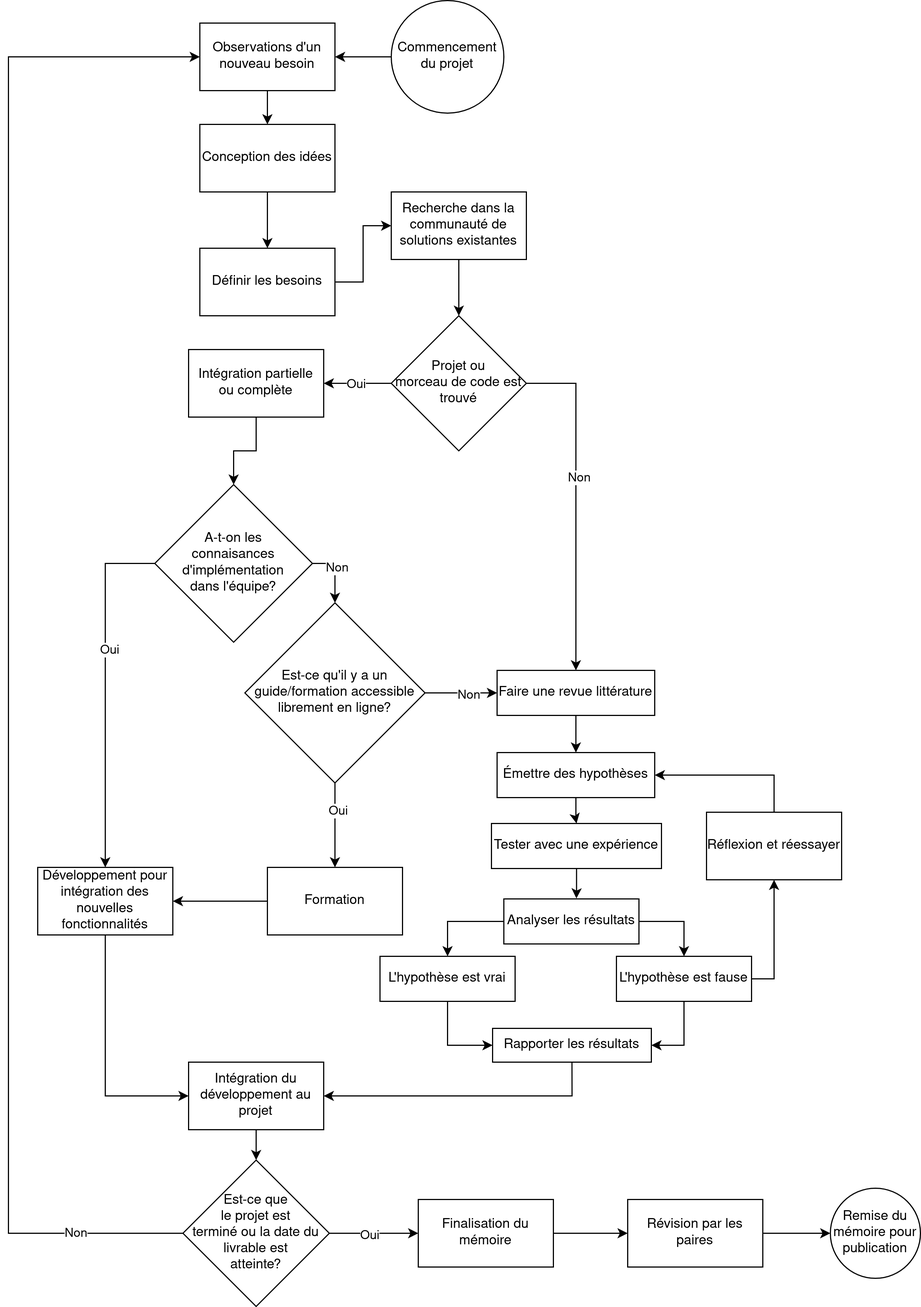
Earlier version of the draw.io export diagramme/methodologie_scientifique.drawio.png (mathben/memoire_generateur_code_2023). Source tidied: cells renumbered, new cells last; positions are measured from the earlier drawing's top-left corner, leaving out a move shared by most shapes.
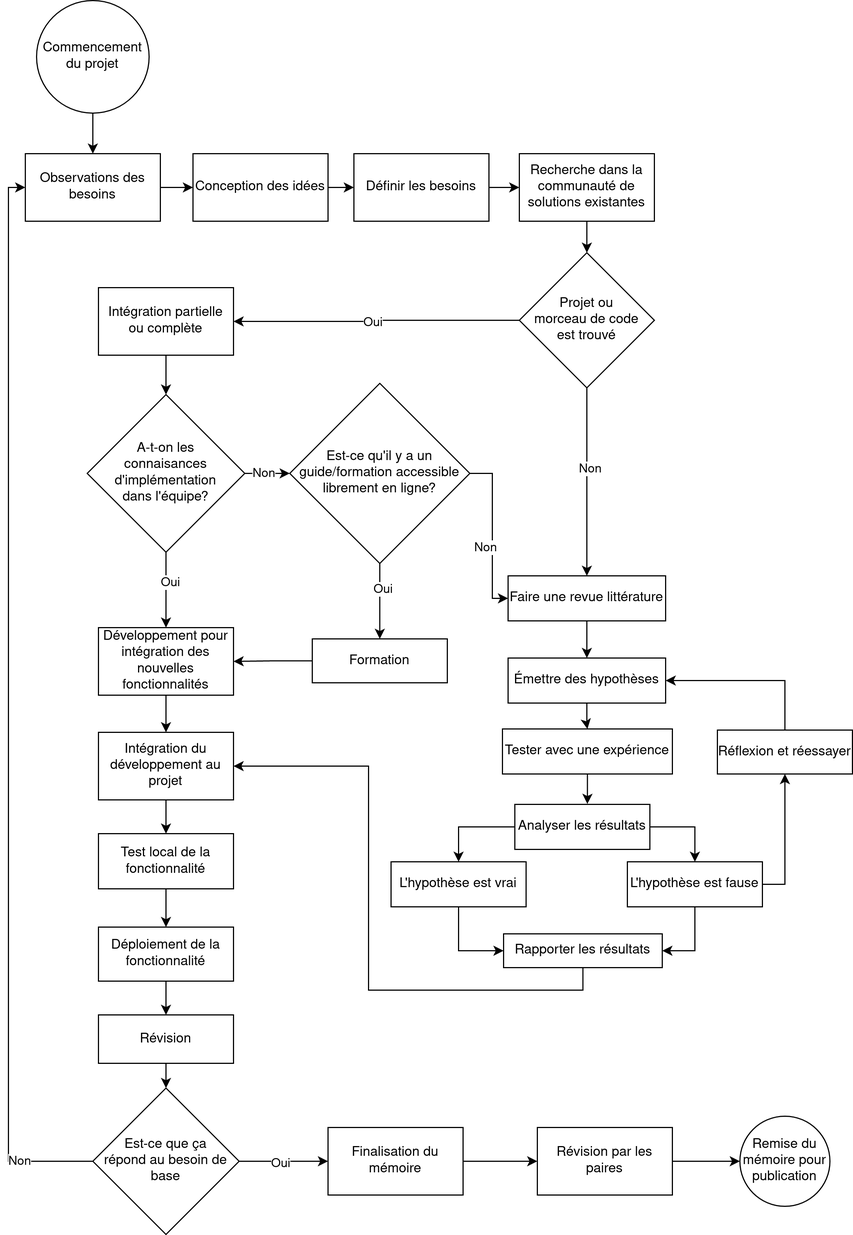
The same diagram one commit later.

Commit message:
[UPD] diagramme: methodologie scientifique v3

Diff of the diagram source:
```diff
@@ -6,19 +6,19 @@
       <mxGeometry relative="1" as="geometry" />
     </mxCell>
     <mxCell id="3" value="Faire une revue littérature" style="rounded=0;whiteSpace=wrap;html=1;" parent="1" vertex="1">
-      <mxGeometry x="434" y="595" width="140" height="40" as="geometry" />
+      <mxGeometry x="524" y="535" width="140" height="40" as="geometry" />
     </mxCell>
     <mxCell id="4" style="edgeStyle=orthogonalEdgeStyle;rounded=0;jettySize=auto;html=1;" parent="1" edge="1" source="5" target="7">
       <mxGeometry relative="1" as="geometry" />
     </mxCell>
     <mxCell id="5" value="Émettre des hypothèses" style="rounded=0;whiteSpace=wrap;html=1;" parent="1" vertex="1">
-      <mxGeometry x="434" y="668" width="140" height="40" as="geometry" />
+      <mxGeometry x="524" y="608" width="140" height="40" as="geometry" />
     </mxCell>
     <mxCell id="6" style="edgeStyle=orthogonalEdgeStyle;rounded=0;jettySize=auto;html=1;entryX=0.537;entryY=-0.01;entryDx=0;entryDy=0;entryPerimeter=0;" parent="1" edge="1" source="7" target="10">
       <mxGeometry relative="1" as="geometry" />
     </mxCell>
     <mxCell id="7" value="Tester avec une expérience" style="rounded=0;whiteSpace=wrap;html=1;" parent="1" vertex="1">
-      <mxGeometry x="429" y="731" width="151" height="40" as="geometry" />
+      <mxGeometry x="519" y="671" width="151" height="40" as="geometry" />
     </mxCell>
     <mxCell id="8" style="edgeStyle=orthogonalEdgeStyle;rounded=0;jettySize=auto;html=1;entryX=0.5;entryY=0;entryDx=0;entryDy=0;exitX=0;exitY=0.5;exitDx=0;exitDy=0;" parent="1" edge="1" source="10" target="12">
       <mxGeometry relative="1" as="geometry" />
@@ -27,13 +27,13 @@
       <mxGeometry relative="1" as="geometry" />
     </mxCell>
     <mxCell id="10" value="Analyser les résultats" style="rounded=0;whiteSpace=wrap;html=1;" parent="1" vertex="1">
-      <mxGeometry x="440" y="798" width="120" height="40" as="geometry" />
+      <mxGeometry x="530" y="738" width="120" height="40" as="geometry" />
     </mxCell>
     <mxCell id="11" style="edgeStyle=orthogonalEdgeStyle;rounded=0;jettySize=auto;html=1;entryX=0;entryY=0.5;entryDx=0;entryDy=0;" parent="1" edge="1" source="12" target="17">
       <mxGeometry relative="1" as="geometry" />
     </mxCell>
     <mxCell id="12" value="L'hypothèse est vrai" style="rounded=0;whiteSpace=wrap;html=1;" parent="1" vertex="1">
-      <mxGeometry x="330" y="849" width="120" height="40" as="geometry" />
+      <mxGeometry x="420" y="789" width="120" height="40" as="geometry" />
     </mxCell>
     <mxCell id="13" style="edgeStyle=orthogonalEdgeStyle;rounded=0;jettySize=auto;html=1;entryX=1;entryY=0.5;entryDx=0;entryDy=0;" parent="1" edge="1" source="15" target="17">
       <mxGeometry relative="1" as="geometry" />
@@ -42,64 +42,64 @@
       <mxGeometry relative="1" as="geometry" />
     </mxCell>
     <mxCell id="15" value="L'hypothèse est fause" style="rounded=0;whiteSpace=wrap;html=1;" parent="1" vertex="1">
-      <mxGeometry x="540" y="849" width="120" height="40" as="geometry" />
+      <mxGeometry x="630" y="789" width="120" height="40" as="geometry" />
     </mxCell>
     <mxCell id="16" style="edgeStyle=orthogonalEdgeStyle;rounded=0;jettySize=auto;html=1;entryX=1;entryY=0.5;entryDx=0;entryDy=0;exitX=0.5;exitY=1;exitDx=0;exitDy=0;" parent="1" edge="1" source="17" target="43">
       <mxGeometry relative="1" as="geometry" />
     </mxCell>
     <mxCell id="17" value="Rapporter les résultats" style="rounded=0;whiteSpace=wrap;html=1;" parent="1" vertex="1">
-      <mxGeometry x="430" y="913" width="141" height="30" as="geometry" />
+      <mxGeometry x="520" y="853" width="141" height="30" as="geometry" />
     </mxCell>
     <mxCell id="18" style="edgeStyle=orthogonalEdgeStyle;rounded=0;jettySize=auto;html=1;entryX=1;entryY=0.5;entryDx=0;entryDy=0;exitX=0.5;exitY=0;exitDx=0;exitDy=0;" parent="1" edge="1" source="19" target="5">
       <mxGeometry relative="1" as="geometry" />
     </mxCell>
     <mxCell id="19" value="Réflexion et réessayer" style="rounded=0;whiteSpace=wrap;html=1;" parent="1" vertex="1">
-      <mxGeometry x="620" y="721" width="120" height="60" as="geometry" />
+      <mxGeometry x="710" y="672" width="120" height="39" as="geometry" />
     </mxCell>
     <mxCell id="20" style="edgeStyle=orthogonalEdgeStyle;rounded=0;jettySize=auto;html=1;entryX=0;entryY=0.5;entryDx=0;entryDy=0;" parent="1" edge="1" source="21" target="25">
       <mxGeometry relative="1" as="geometry" />
     </mxCell>
     <mxCell id="21" value="Définir les besoins" style="rounded=0;whiteSpace=wrap;html=1;" parent="1" vertex="1">
-      <mxGeometry x="170" y="220" width="120" height="60" as="geometry" />
+      <mxGeometry x="387" y="160" width="120" height="60" as="geometry" />
     </mxCell>
-    <mxCell id="22" style="edgeStyle=orthogonalEdgeStyle;rounded=0;jettySize=auto;html=1;entryX=0;entryY=0.5;entryDx=0;entryDy=0;exitX=0.5;exitY=1;exitDx=0;exitDy=0;" parent="1" edge="1" source="23" target="43">
+    <mxCell id="22" style="edgeStyle=orthogonalEdgeStyle;rounded=0;jettySize=auto;html=1;entryX=0.5;entryY=0;entryDx=0;entryDy=0;exitX=0.5;exitY=1;exitDx=0;exitDy=0;" parent="1" edge="1" source="23" target="43">
       <mxGeometry relative="1" as="geometry" />
     </mxCell>
     <mxCell id="23" value="Développement pour intégration des nouvelles fonctionnalités" style="rounded=0;whiteSpace=wrap;html=1;" parent="1" vertex="1">
-      <mxGeometry x="26" y="770" width="120" height="60" as="geometry" />
+      <mxGeometry x="160" y="581" width="120" height="60" as="geometry" />
     </mxCell>
     <mxCell id="24" style="edgeStyle=orthogonalEdgeStyle;rounded=0;jettySize=auto;html=1;entryX=0.5;entryY=0;entryDx=0;entryDy=0;" parent="1" edge="1" source="25" target="39">
       <mxGeometry relative="1" as="geometry" />
     </mxCell>
     <mxCell id="25" value="Recherche dans la communauté de solutions existantes" style="rounded=0;whiteSpace=wrap;html=1;" parent="1" vertex="1">
-      <mxGeometry x="340" y="170" width="120" height="60" as="geometry" />
+      <mxGeometry x="534" y="160" width="120" height="60" as="geometry" />
     </mxCell>
-    <mxCell id="26" style="edgeStyle=orthogonalEdgeStyle;rounded=0;jettySize=auto;html=1;entryX=0.5;entryY=0;entryDx=0;entryDy=0;exitX=0;exitY=0.5;exitDx=0;exitDy=0;" parent="1" edge="1" source="30" target="23">
+    <mxCell id="26" style="edgeStyle=orthogonalEdgeStyle;rounded=0;jettySize=auto;html=1;entryX=0.5;entryY=0;entryDx=0;entryDy=0;exitX=0.5;exitY=1;exitDx=0;exitDy=0;" parent="1" edge="1" source="30" target="23">
       <mxGeometry relative="1" as="geometry" />
     </mxCell>
     <mxCell id="27" value="Oui" style="edgeLabel;html=1;align=center;verticalAlign=middle;" parent="26" vertex="1">
       <mxGeometry x="-0.24" y="3" relative="1" as="geometry" />
     </mxCell>
-    <mxCell id="28" style="edgeStyle=orthogonalEdgeStyle;rounded=0;jettySize=auto;html=1;entryX=0.5;entryY=0;entryDx=0;entryDy=0;exitX=1;exitY=0.5;exitDx=0;exitDy=0;" parent="1" edge="1" source="30" target="59">
+    <mxCell id="28" style="edgeStyle=orthogonalEdgeStyle;rounded=0;jettySize=auto;html=1;entryX=0;entryY=0.5;entryDx=0;entryDy=0;exitX=1;exitY=0.5;exitDx=0;exitDy=0;" parent="1" edge="1" source="30" target="59">
       <mxGeometry relative="1" as="geometry" />
     </mxCell>
     <mxCell id="29" value="Non" style="edgeLabel;html=1;align=center;verticalAlign=middle;" parent="28" vertex="1">
       <mxGeometry x="-0.18" y="1" relative="1" as="geometry" />
     </mxCell>
     <mxCell id="30" value="&lt;div&gt;A-t-on les &lt;br&gt;&lt;/div&gt;&lt;div&gt;connaisances d'implémentation &lt;br&gt;&lt;/div&gt;&lt;div&gt;dans l'équipe?&lt;/div&gt;" style="rhombus;whiteSpace=wrap;html=1;" parent="1" vertex="1">
-      <mxGeometry x="130" y="430" width="140" height="140" as="geometry" />
+      <mxGeometry x="150" y="374" width="140" height="140" as="geometry" />
     </mxCell>
     <mxCell id="31" style="edgeStyle=orthogonalEdgeStyle;rounded=0;jettySize=auto;html=1;" parent="1" edge="1" source="32" target="34">
       <mxGeometry relative="1" as="geometry" />
     </mxCell>
-    <mxCell id="32" value="Observations d'un nouveau besoin" style="rounded=0;whiteSpace=wrap;html=1;" parent="1" vertex="1">
-      <mxGeometry x="170" y="20" width="120" height="60" as="geometry" />
+    <mxCell id="32" value="Observations des besoins" style="rounded=0;whiteSpace=wrap;html=1;" parent="1" vertex="1">
+      <mxGeometry x="95" y="160" width="120" height="60" as="geometry" />
     </mxCell>
-    <mxCell id="33" style="edgeStyle=orthogonalEdgeStyle;rounded=0;jettySize=auto;html=1;entryX=0.5;entryY=0;entryDx=0;entryDy=0;" parent="1" edge="1" source="34" target="21">
+    <mxCell id="33" style="edgeStyle=orthogonalEdgeStyle;rounded=0;jettySize=auto;html=1;entryX=0;entryY=0.5;entryDx=0;entryDy=0;" parent="1" edge="1" source="34" target="21">
       <mxGeometry relative="1" as="geometry" />
     </mxCell>
     <mxCell id="34" value="Conception des idées" style="rounded=0;whiteSpace=wrap;html=1;" parent="1" vertex="1">
-      <mxGeometry x="170" y="110" width="120" height="60" as="geometry" />
+      <mxGeometry x="244" y="160" width="120" height="60" as="geometry" />
     </mxCell>
     <mxCell id="35" style="edgeStyle=orthogonalEdgeStyle;rounded=0;jettySize=auto;html=1;exitX=0;exitY=0.5;exitDx=0;exitDy=0;" parent="1" edge="1" source="39" target="41">
       <mxGeometry relative="1" as="geometry" />
@@ -107,32 +107,32 @@
     <mxCell id="36" value="Oui" style="edgeLabel;html=1;align=center;verticalAlign=middle;" parent="35" vertex="1">
       <mxGeometry x="0.03" relative="1" as="geometry" />
     </mxCell>
-    <mxCell id="37" style="edgeStyle=orthogonalEdgeStyle;rounded=0;jettySize=auto;html=1;entryX=0.5;entryY=0;entryDx=0;entryDy=0;exitX=1;exitY=0.5;exitDx=0;exitDy=0;" parent="1" edge="1" source="39" target="3">
+    <mxCell id="37" style="edgeStyle=orthogonalEdgeStyle;rounded=0;jettySize=auto;html=1;entryX=0.5;entryY=0;entryDx=0;entryDy=0;exitX=0.5;exitY=1;exitDx=0;exitDy=0;" parent="1" edge="1" source="39" target="3">
       <mxGeometry relative="1" as="geometry" />
     </mxCell>
     <mxCell id="38" value="Non" style="edgeLabel;html=1;align=center;verticalAlign=middle;" parent="37" vertex="1">
       <mxGeometry x="-0.14" y="2" relative="1" as="geometry" />
     </mxCell>
-    <mxCell id="39" value="&lt;div&gt;Projet ou &lt;br&gt;&lt;/div&gt;&lt;div&gt;morceau de code est &lt;br&gt;&lt;/div&gt;&lt;div&gt;trouvé&lt;/div&gt;" style="rhombus;whiteSpace=wrap;html=1;" parent="1" vertex="1">
-      <mxGeometry x="340" y="280" width="120" height="120" as="geometry" />
+    <mxCell id="39" value="&lt;div&gt;Projet ou &lt;br&gt;&lt;/div&gt;&lt;div&gt;morceau de code&lt;/div&gt;&lt;div&gt;est trouvé&lt;/div&gt;" style="rhombus;whiteSpace=wrap;html=1;" parent="1" vertex="1">
+      <mxGeometry x="534" y="248" width="120" height="120" as="geometry" />
     </mxCell>
     <mxCell id="40" style="edgeStyle=orthogonalEdgeStyle;rounded=0;jettySize=auto;html=1;entryX=0.5;entryY=0;entryDx=0;entryDy=0;" parent="1" edge="1" source="41" target="30">
       <mxGeometry relative="1" as="geometry" />
     </mxCell>
     <mxCell id="41" value="Intégration partielle ou complète" style="rounded=0;whiteSpace=wrap;html=1;" parent="1" vertex="1">
-      <mxGeometry x="160" y="310" width="120" height="60" as="geometry" />
+      <mxGeometry x="160" y="279" width="120" height="60" as="geometry" />
     </mxCell>
-    <mxCell id="42" style="edgeStyle=orthogonalEdgeStyle;rounded=0;jettySize=auto;html=1;entryX=0.5;entryY=0;entryDx=0;entryDy=0;" parent="1" edge="1" source="43" target="48">
-      <mxGeometry relative="1" as="geometry" />
-    </mxCell>
+    <mxCell id="63" style="edgeStyle=orthogonalEdgeStyle;rounded=0;jettySize=auto;html=1;" parent="1" edge="1" source="43" target="65">
+      <mxGeometry relative="1" as="geometry" />
+    </mxCell>
     <mxCell id="43" value="Intégration du développement au projet" style="rounded=0;whiteSpace=wrap;html=1;" parent="1" vertex="1">
-      <mxGeometry x="160" y="943" width="120" height="60" as="geometry" />
+      <mxGeometry x="160" y="674" width="120" height="60" as="geometry" />
     </mxCell>
     <mxCell id="44" style="edgeStyle=orthogonalEdgeStyle;rounded=0;jettySize=auto;html=1;entryX=0;entryY=0.5;entryDx=0;entryDy=0;exitX=0;exitY=0.5;exitDx=0;exitDy=0;" parent="1" edge="1" source="48" target="32">
       <mxGeometry relative="1" as="geometry">
         <Array as="points">
-          <mxPoint y="1095" />
-          <mxPoint y="50" />
+          <mxPoint x="80" y="1055" />
+          <mxPoint x="80" y="190" />
         </Array>
       </mxGeometry>
     </mxCell>
@@ -145,37 +145,39 @@
     <mxCell id="47" value="Oui" style="edgeLabel;html=1;align=center;verticalAlign=middle;" parent="46" vertex="1">
       <mxGeometry x="-0.08" y="-1" relative="1" as="geometry" />
     </mxCell>
-    <mxCell id="48" value="&lt;div&gt;Est-ce que &lt;br&gt;&lt;/div&gt;&lt;div&gt;le projet est &lt;br&gt;&lt;/div&gt;&lt;div&gt;terminé ou la date du &lt;br&gt;&lt;/div&gt;&lt;div&gt;livrable est &lt;br&gt;&lt;/div&gt;&lt;div&gt;atteinte?&lt;/div&gt;" style="rhombus;whiteSpace=wrap;html=1;" parent="1" vertex="1">
-      <mxGeometry x="155" y="1030" width="130" height="130" as="geometry" />
+    <mxCell id="48" value="&lt;div&gt;Est-ce que ça&lt;/div&gt;&lt;div&gt;répond au besoin de base&lt;/div&gt;" style="rhombus;whiteSpace=wrap;html=1;" parent="1" vertex="1">
+      <mxGeometry x="155" y="990" width="130" height="130" as="geometry" />
     </mxCell>
     <mxCell id="49" style="edgeStyle=orthogonalEdgeStyle;rounded=0;jettySize=auto;html=1;entryX=0;entryY=0.5;entryDx=0;entryDy=0;" parent="1" edge="1" source="50" target="61">
       <mxGeometry relative="1" as="geometry" />
     </mxCell>
     <mxCell id="50" value="Finalisation du mémoire" style="rounded=0;whiteSpace=wrap;html=1;" parent="1" vertex="1">
-      <mxGeometry x="364" y="1065" width="120" height="60" as="geometry" />
+      <mxGeometry x="364" y="1025" width="120" height="60" as="geometry" />
     </mxCell>
-    <mxCell id="51" style="edgeStyle=orthogonalEdgeStyle;rounded=0;jettySize=auto;html=1;entryX=1;entryY=0.5;entryDx=0;entryDy=0;" parent="1" edge="1" source="52" target="32">
+    <mxCell id="51" style="edgeStyle=orthogonalEdgeStyle;rounded=0;jettySize=auto;html=1;entryX=0.5;entryY=0;entryDx=0;entryDy=0;" parent="1" edge="1" source="52" target="32">
       <mxGeometry relative="1" as="geometry" />
     </mxCell>
     <mxCell id="52" value="Commencement du projet" style="ellipse;whiteSpace=wrap;html=1;" parent="1" vertex="1">
-      <mxGeometry x="340" width="100" height="100" as="geometry" />
+      <mxGeometry x="105" y="24" width="100" height="100" as="geometry" />
     </mxCell>
     <mxCell id="53" style="edgeStyle=orthogonalEdgeStyle;rounded=0;jettySize=auto;html=1;entryX=1;entryY=0.5;entryDx=0;entryDy=0;" parent="1" edge="1" source="54" target="23">
       <mxGeometry relative="1" as="geometry" />
     </mxCell>
     <mxCell id="54" value="Formation" style="rounded=0;whiteSpace=wrap;html=1;" parent="1" vertex="1">
-      <mxGeometry x="230" y="770" width="120" height="60" as="geometry" />
+      <mxGeometry x="350" y="591" width="120" height="39" as="geometry" />
     </mxCell>
-    <mxCell id="55" style="edgeStyle=orthogonalEdgeStyle;rounded=0;jettySize=auto;html=1;entryX=0;entryY=0.5;entryDx=0;entryDy=0;" parent="1" edge="1" source="59" target="3">
+    <mxCell id="55" style="edgeStyle=orthogonalEdgeStyle;rounded=0;jettySize=auto;html=1;entryX=0;entryY=0.5;entryDx=0;entryDy=0;exitX=1;exitY=0.5;exitDx=0;exitDy=0;" parent="1" edge="1" source="59" target="3">
       <mxGeometry relative="1" as="geometry">
         <Array as="points">
-          <mxPoint x="400" y="615" />
-          <mxPoint x="400" y="615" />
+          <mxPoint x="510" y="444" />
+          <mxPoint x="510" y="555" />
         </Array>
       </mxGeometry>
     </mxCell>
     <mxCell id="56" value="Non" style="edgeLabel;html=1;align=center;verticalAlign=middle;" parent="55" vertex="1">
-      <mxGeometry x="0.19" y="-1" relative="1" as="geometry" />
+      <mxGeometry x="0.19" y="-1" relative="1" as="geometry">
+        <mxPoint x="-6" y="-1" as="offset" />
+      </mxGeometry>
     </mxCell>
     <mxCell id="57" style="edgeStyle=orthogonalEdgeStyle;rounded=0;jettySize=auto;html=1;entryX=0.5;entryY=0;entryDx=0;entryDy=0;" parent="1" edge="1" source="59" target="54">
       <mxGeometry relative="1" as="geometry" />
@@ -184,16 +186,34 @@
       <mxGeometry x="-0.36" y="2" relative="1" as="geometry" />
     </mxCell>
     <mxCell id="59" value="Est-ce qu'il y a un guide/formation accessible librement en ligne?" style="rhombus;whiteSpace=wrap;html=1;" parent="1" vertex="1">
-      <mxGeometry x="210" y="535" width="160" height="160" as="geometry" />
+      <mxGeometry x="330" y="364" width="160" height="160" as="geometry" />
     </mxCell>
     <mxCell id="60" style="edgeStyle=orthogonalEdgeStyle;rounded=0;jettySize=auto;html=1;entryX=0;entryY=0.5;entryDx=0;entryDy=0;" parent="1" edge="1" source="61" target="62">
       <mxGeometry relative="1" as="geometry" />
     </mxCell>
     <mxCell id="61" value="Révision par les paires" style="rounded=0;whiteSpace=wrap;html=1;" parent="1" vertex="1">
-      <mxGeometry x="550" y="1065" width="120" height="60" as="geometry" />
+      <mxGeometry x="550" y="1025" width="120" height="60" as="geometry" />
     </mxCell>
     <mxCell id="62" value="Remise du mémoire pour publication" style="ellipse;whiteSpace=wrap;html=1;" parent="1" vertex="1">
-      <mxGeometry x="730" y="1055" width="80" height="80" as="geometry" />
+      <mxGeometry x="730" y="1015" width="80" height="80" as="geometry" />
     </mxCell>
+    <mxCell id="64" style="edgeStyle=orthogonalEdgeStyle;rounded=0;jettySize=auto;html=1;" parent="1" edge="1" source="65" target="67">
+      <mxGeometry relative="1" as="geometry" />
+    </mxCell>
+    <mxCell id="65" value="Test local de la fonctionnalité" style="rounded=0;whiteSpace=wrap;html=1;" parent="1" vertex="1">
+      <mxGeometry x="160" y="764" width="120" height="49" as="geometry" />
+    </mxCell>
+    <mxCell id="66" style="edgeStyle=orthogonalEdgeStyle;rounded=0;jettySize=auto;html=1;entryX=0.5;entryY=0;entryDx=0;entryDy=0;" parent="1" edge="1" source="67" target="69">
+      <mxGeometry relative="1" as="geometry" />
+    </mxCell>
+    <mxCell id="67" value="Déploiement de la fonctionnalité" style="rounded=0;whiteSpace=wrap;html=1;" parent="1" vertex="1">
+      <mxGeometry x="160" y="847" width="120" height="48" as="geometry" />
+    </mxCell>
+    <mxCell id="68" style="edgeStyle=orthogonalEdgeStyle;rounded=0;jettySize=auto;html=1;entryX=0.5;entryY=0;entryDx=0;entryDy=0;" parent="1" edge="1" source="69" target="48">
+      <mxGeometry relative="1" as="geometry" />
+    </mxCell>
+    <mxCell id="69" value="Révision" style="rounded=0;whiteSpace=wrap;html=1;" parent="1" vertex="1">
+      <mxGeometry x="160" y="925" width="120" height="43" as="geometry" />
+    </mxCell>
   </root>
 </mxGraphModel>
```
